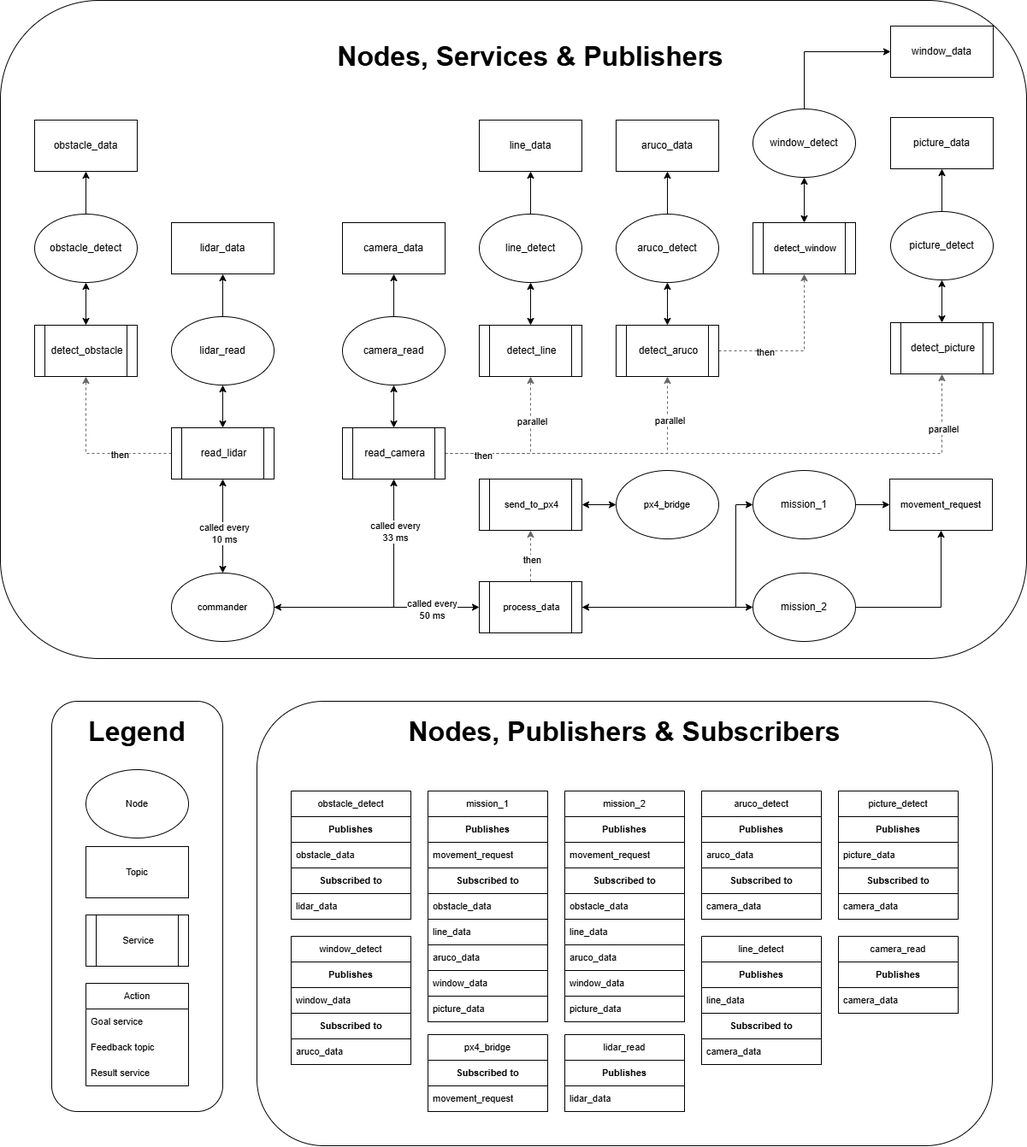
Above: docs/ros_graph.png in ValerianGregoire/droneload_auto (draw.io), before the change. Source tidied: cells renumbered, new cells last; positions are measured from the earlier drawing's top-left corner, leaving out a move shared by most shapes.
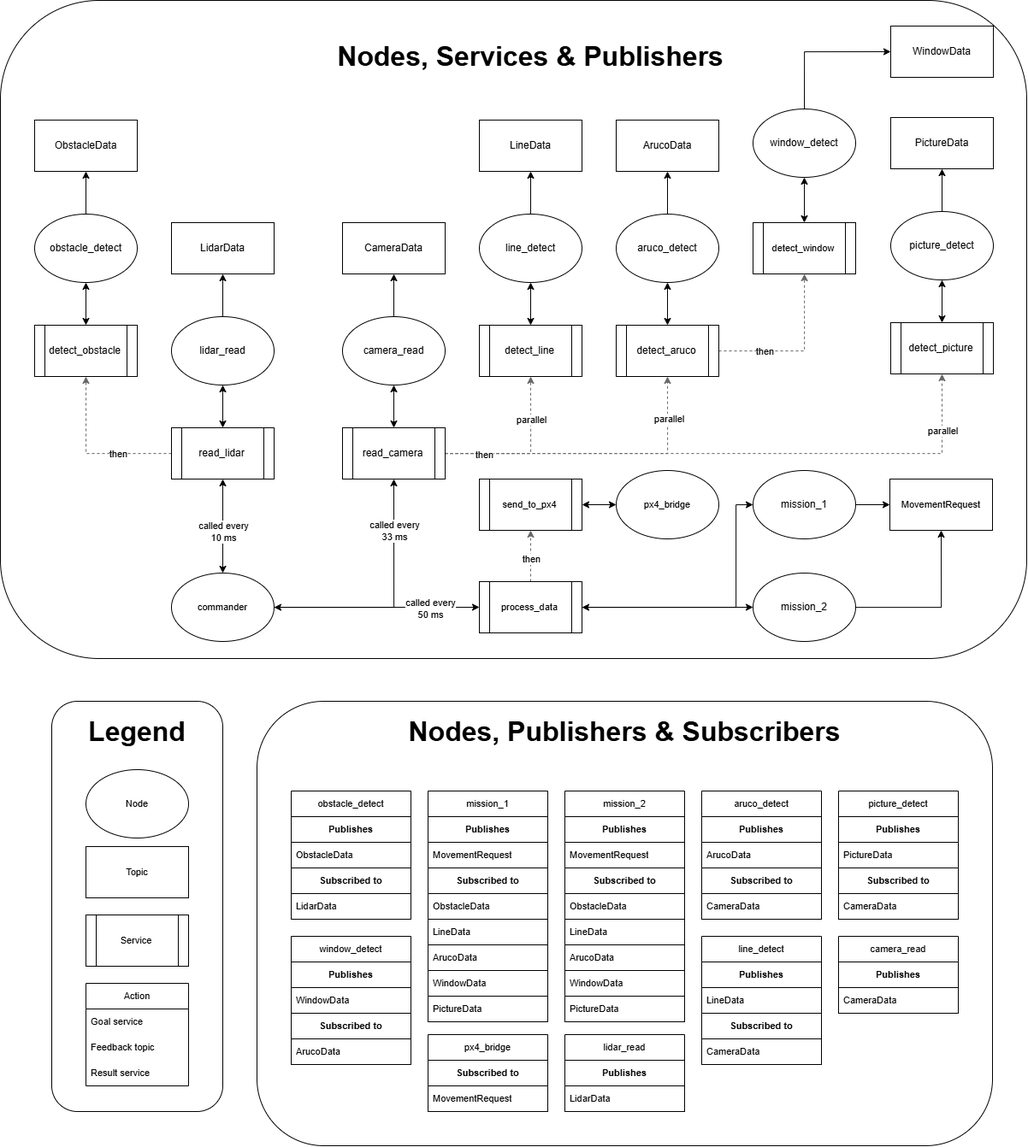
Later version of the same file.

Commit message:
Updated the graph to match with the messages/services naming convention

What changed in the source:
```diff
@@ -19,3 +19,3 @@
     </mxCell>
-    <mxCell id="7" value="lidar_data" style="rounded=0;whiteSpace=wrap;html=1;" parent="1" vertex="1">
+    <mxCell id="7" value="LidarData" style="rounded=0;whiteSpace=wrap;html=1;" parent="1" vertex="1">
       <mxGeometry x="200" y="260" width="120" height="60" as="geometry" />
@@ -28,3 +28,3 @@
     </mxCell>
-    <mxCell id="10" value="camera_data" style="rounded=0;whiteSpace=wrap;html=1;" parent="1" vertex="1">
+    <mxCell id="10" value="CameraData" style="rounded=0;whiteSpace=wrap;html=1;" parent="1" vertex="1">
       <mxGeometry x="400" y="260" width="120" height="60" as="geometry" />
@@ -57,3 +57,3 @@
     </mxCell>
-    <mxCell id="19" value="obstacle_data" style="rounded=0;whiteSpace=wrap;html=1;" parent="1" vertex="1">
+    <mxCell id="19" value="ObstacleData" style="rounded=0;whiteSpace=wrap;html=1;" parent="1" vertex="1">
       <mxGeometry x="40" y="140" width="120" height="60" as="geometry" />
@@ -105,3 +105,3 @@
     </mxCell>
-    <mxCell id="33" value="line_data" style="rounded=0;whiteSpace=wrap;html=1;" parent="1" vertex="1">
+    <mxCell id="33" value="LineData" style="rounded=0;whiteSpace=wrap;html=1;" parent="1" vertex="1">
       <mxGeometry x="560" y="140" width="120" height="60" as="geometry" />
@@ -126,3 +126,3 @@
     </mxCell>
-    <mxCell id="40" value="aruco_data" style="rounded=0;whiteSpace=wrap;html=1;" parent="1" vertex="1">
+    <mxCell id="40" value="ArucoData" style="rounded=0;whiteSpace=wrap;html=1;" parent="1" vertex="1">
       <mxGeometry x="720" y="140" width="120" height="60" as="geometry" />
@@ -141,3 +141,3 @@
     </mxCell>
-    <mxCell id="45" value="picture_data" style="rounded=0;whiteSpace=wrap;html=1;" parent="1" vertex="1">
+    <mxCell id="45" value="PictureData" style="rounded=0;whiteSpace=wrap;html=1;" parent="1" vertex="1">
       <mxGeometry x="1041" y="137" width="120" height="60" as="geometry" />
@@ -205,3 +205,3 @@
     </mxCell>
-    <mxCell id="65" value="obstacle_data" style="text;strokeColor=default;fillColor=default;align=left;verticalAlign=middle;spacingLeft=4;spacingRight=4;overflow=hidden;whiteSpace=wrap;html=1;fontFamily=Helvetica;fontSize=11;fontColor=default;labelBackgroundColor=default;" parent="63" vertex="1">
+    <mxCell id="65" value="ObstacleData" style="text;strokeColor=default;fillColor=default;align=left;verticalAlign=middle;spacingLeft=4;spacingRight=4;overflow=hidden;whiteSpace=wrap;html=1;fontFamily=Helvetica;fontSize=11;fontColor=default;labelBackgroundColor=default;" parent="63" vertex="1">
       <mxGeometry y="60" width="140" height="30" as="geometry" />
@@ -211,3 +211,3 @@
     </mxCell>
-    <mxCell id="67" value="lidar_data" style="text;strokeColor=default;fillColor=default;align=left;verticalAlign=middle;spacingLeft=4;spacingRight=4;overflow=hidden;whiteSpace=wrap;html=1;fontFamily=Helvetica;fontSize=11;fontColor=default;labelBackgroundColor=default;" parent="63" vertex="1">
+    <mxCell id="67" value="LidarData" style="text;strokeColor=default;fillColor=default;align=left;verticalAlign=middle;spacingLeft=4;spacingRight=4;overflow=hidden;whiteSpace=wrap;html=1;fontFamily=Helvetica;fontSize=11;fontColor=default;labelBackgroundColor=default;" parent="63" vertex="1">
       <mxGeometry y="120" width="140" height="30" as="geometry" />
@@ -220,3 +220,3 @@
     </mxCell>
-    <mxCell id="70" value="movement_request" style="text;strokeColor=default;fillColor=default;align=left;verticalAlign=middle;spacingLeft=4;spacingRight=4;overflow=hidden;whiteSpace=wrap;html=1;fontFamily=Helvetica;fontSize=11;fontColor=default;labelBackgroundColor=default;" parent="68" vertex="1">
+    <mxCell id="70" value="MovementRequest" style="text;strokeColor=default;fillColor=default;align=left;verticalAlign=middle;spacingLeft=4;spacingRight=4;overflow=hidden;whiteSpace=wrap;html=1;fontFamily=Helvetica;fontSize=11;fontColor=default;labelBackgroundColor=default;" parent="68" vertex="1">
       <mxGeometry y="60" width="140" height="30" as="geometry" />
@@ -226,18 +226,18 @@
     </mxCell>
-    <mxCell id="72" value="obstacle_data" style="text;strokeColor=default;fillColor=default;align=left;verticalAlign=middle;spacingLeft=4;spacingRight=4;overflow=hidden;whiteSpace=wrap;html=1;fontFamily=Helvetica;fontSize=11;fontColor=default;labelBackgroundColor=default;" parent="68" vertex="1">
+    <mxCell id="72" value="ObstacleData" style="text;strokeColor=default;fillColor=default;align=left;verticalAlign=middle;spacingLeft=4;spacingRight=4;overflow=hidden;whiteSpace=wrap;html=1;fontFamily=Helvetica;fontSize=11;fontColor=default;labelBackgroundColor=default;" parent="68" vertex="1">
       <mxGeometry y="120" width="140" height="30" as="geometry" />
     </mxCell>
-    <mxCell id="73" value="line_data" style="text;strokeColor=default;fillColor=default;align=left;verticalAlign=middle;spacingLeft=4;spacingRight=4;overflow=hidden;whiteSpace=wrap;html=1;fontFamily=Helvetica;fontSize=11;fontColor=default;labelBackgroundColor=default;" parent="68" vertex="1">
+    <mxCell id="73" value="LineData" style="text;strokeColor=default;fillColor=default;align=left;verticalAlign=middle;spacingLeft=4;spacingRight=4;overflow=hidden;whiteSpace=wrap;html=1;fontFamily=Helvetica;fontSize=11;fontColor=default;labelBackgroundColor=default;" parent="68" vertex="1">
       <mxGeometry y="150" width="140" height="30" as="geometry" />
     </mxCell>
-    <mxCell id="74" value="aruco_data" style="text;strokeColor=default;fillColor=default;align=left;verticalAlign=middle;spacingLeft=4;spacingRight=4;overflow=hidden;whiteSpace=wrap;html=1;fontFamily=Helvetica;fontSize=11;fontColor=default;labelBackgroundColor=default;" parent="68" vertex="1">
+    <mxCell id="74" value="ArucoData" style="text;strokeColor=default;fillColor=default;align=left;verticalAlign=middle;spacingLeft=4;spacingRight=4;overflow=hidden;whiteSpace=wrap;html=1;fontFamily=Helvetica;fontSize=11;fontColor=default;labelBackgroundColor=default;" parent="68" vertex="1">
       <mxGeometry y="180" width="140" height="30" as="geometry" />
     </mxCell>
-    <mxCell id="75" value="window_data" style="text;strokeColor=default;fillColor=default;align=left;verticalAlign=middle;spacingLeft=4;spacingRight=4;overflow=hidden;whiteSpace=wrap;html=1;fontFamily=Helvetica;fontSize=11;fontColor=default;labelBackgroundColor=default;" parent="68" vertex="1">
+    <mxCell id="75" value="WindowData" style="text;strokeColor=default;fillColor=default;align=left;verticalAlign=middle;spacingLeft=4;spacingRight=4;overflow=hidden;whiteSpace=wrap;html=1;fontFamily=Helvetica;fontSize=11;fontColor=default;labelBackgroundColor=default;" parent="68" vertex="1">
       <mxGeometry y="210" width="140" height="30" as="geometry" />
     </mxCell>
-    <mxCell id="76" value="picture_data" style="text;strokeColor=default;fillColor=default;align=left;verticalAlign=middle;spacingLeft=4;spacingRight=4;overflow=hidden;whiteSpace=wrap;html=1;fontFamily=Helvetica;fontSize=11;fontColor=default;labelBackgroundColor=default;" parent="68" vertex="1">
+    <mxCell id="76" value="PictureData" style="text;strokeColor=default;fillColor=default;align=left;verticalAlign=middle;spacingLeft=4;spacingRight=4;overflow=hidden;whiteSpace=wrap;html=1;fontFamily=Helvetica;fontSize=11;fontColor=default;labelBackgroundColor=default;" parent="68" vertex="1">
       <mxGeometry y="240" width="140" height="30" as="geometry" />
     </mxCell>
-    <mxCell id="77" value="window_data" style="rounded=0;whiteSpace=wrap;html=1;" parent="1" vertex="1">
+    <mxCell id="77" value="WindowData" style="rounded=0;whiteSpace=wrap;html=1;" parent="1" vertex="1">
       <mxGeometry x="1041" y="30" width="120" height="60" as="geometry" />
@@ -250,3 +250,3 @@
     </mxCell>
-    <mxCell id="80" value="movement_request" style="text;strokeColor=default;fillColor=default;align=left;verticalAlign=middle;spacingLeft=4;spacingRight=4;overflow=hidden;whiteSpace=wrap;html=1;fontFamily=Helvetica;fontSize=11;fontColor=default;labelBackgroundColor=default;" parent="78" vertex="1">
+    <mxCell id="80" value="MovementRequest" style="text;strokeColor=default;fillColor=default;align=left;verticalAlign=middle;spacingLeft=4;spacingRight=4;overflow=hidden;whiteSpace=wrap;html=1;fontFamily=Helvetica;fontSize=11;fontColor=default;labelBackgroundColor=default;" parent="78" vertex="1">
       <mxGeometry y="60" width="140" height="30" as="geometry" />
@@ -256,15 +256,15 @@
     </mxCell>
-    <mxCell id="82" value="obstacle_data" style="text;strokeColor=default;fillColor=default;align=left;verticalAlign=middle;spacingLeft=4;spacingRight=4;overflow=hidden;whiteSpace=wrap;html=1;fontFamily=Helvetica;fontSize=11;fontColor=default;labelBackgroundColor=default;" parent="78" vertex="1">
+    <mxCell id="82" value="ObstacleData" style="text;strokeColor=default;fillColor=default;align=left;verticalAlign=middle;spacingLeft=4;spacingRight=4;overflow=hidden;whiteSpace=wrap;html=1;fontFamily=Helvetica;fontSize=11;fontColor=default;labelBackgroundColor=default;" parent="78" vertex="1">
       <mxGeometry y="120" width="140" height="30" as="geometry" />
     </mxCell>
-    <mxCell id="83" value="line_data" style="text;strokeColor=default;fillColor=default;align=left;verticalAlign=middle;spacingLeft=4;spacingRight=4;overflow=hidden;whiteSpace=wrap;html=1;fontFamily=Helvetica;fontSize=11;fontColor=default;labelBackgroundColor=default;" parent="78" vertex="1">
+    <mxCell id="83" value="LineData" style="text;strokeColor=default;fillColor=default;align=left;verticalAlign=middle;spacingLeft=4;spacingRight=4;overflow=hidden;whiteSpace=wrap;html=1;fontFamily=Helvetica;fontSize=11;fontColor=default;labelBackgroundColor=default;" parent="78" vertex="1">
       <mxGeometry y="150" width="140" height="30" as="geometry" />
     </mxCell>
-    <mxCell id="84" value="aruco_data" style="text;strokeColor=default;fillColor=default;align=left;verticalAlign=middle;spacingLeft=4;spacingRight=4;overflow=hidden;whiteSpace=wrap;html=1;fontFamily=Helvetica;fontSize=11;fontColor=default;labelBackgroundColor=default;" parent="78" vertex="1">
+    <mxCell id="84" value="ArucoData" style="text;strokeColor=default;fillColor=default;align=left;verticalAlign=middle;spacingLeft=4;spacingRight=4;overflow=hidden;whiteSpace=wrap;html=1;fontFamily=Helvetica;fontSize=11;fontColor=default;labelBackgroundColor=default;" parent="78" vertex="1">
       <mxGeometry y="180" width="140" height="30" as="geometry" />
     </mxCell>
-    <mxCell id="85" value="window_data" style="text;strokeColor=default;fillColor=default;align=left;verticalAlign=middle;spacingLeft=4;spacingRight=4;overflow=hidden;whiteSpace=wrap;html=1;fontFamily=Helvetica;fontSize=11;fontColor=default;labelBackgroundColor=default;" parent="78" vertex="1">
+    <mxCell id="85" value="WindowData" style="text;strokeColor=default;fillColor=default;align=left;verticalAlign=middle;spacingLeft=4;spacingRight=4;overflow=hidden;whiteSpace=wrap;html=1;fontFamily=Helvetica;fontSize=11;fontColor=default;labelBackgroundColor=default;" parent="78" vertex="1">
       <mxGeometry y="210" width="140" height="30" as="geometry" />
     </mxCell>
-    <mxCell id="86" value="picture_data" style="text;strokeColor=default;fillColor=default;align=left;verticalAlign=middle;spacingLeft=4;spacingRight=4;overflow=hidden;whiteSpace=wrap;html=1;fontFamily=Helvetica;fontSize=11;fontColor=default;labelBackgroundColor=default;" parent="78" vertex="1">
+    <mxCell id="86" value="PictureData" style="text;strokeColor=default;fillColor=default;align=left;verticalAlign=middle;spacingLeft=4;spacingRight=4;overflow=hidden;whiteSpace=wrap;html=1;fontFamily=Helvetica;fontSize=11;fontColor=default;labelBackgroundColor=default;" parent="78" vertex="1">
       <mxGeometry y="240" width="140" height="30" as="geometry" />
@@ -277,3 +277,3 @@
     </mxCell>
-    <mxCell id="89" value="window_data" style="text;strokeColor=default;fillColor=default;align=left;verticalAlign=middle;spacingLeft=4;spacingRight=4;overflow=hidden;whiteSpace=wrap;html=1;fontFamily=Helvetica;fontSize=11;fontColor=default;labelBackgroundColor=default;" parent="87" vertex="1">
+    <mxCell id="89" value="WindowData" style="text;strokeColor=default;fillColor=default;align=left;verticalAlign=middle;spacingLeft=4;spacingRight=4;overflow=hidden;whiteSpace=wrap;html=1;fontFamily=Helvetica;fontSize=11;fontColor=default;labelBackgroundColor=default;" parent="87" vertex="1">
       <mxGeometry y="60" width="140" height="30" as="geometry" />
@@ -283,6 +283,6 @@
     </mxCell>
-    <mxCell id="91" value="aruco_data" style="text;strokeColor=default;fillColor=default;align=left;verticalAlign=middle;spacingLeft=4;spacingRight=4;overflow=hidden;whiteSpace=wrap;html=1;fontFamily=Helvetica;fontSize=11;fontColor=default;labelBackgroundColor=default;" parent="87" vertex="1">
+    <mxCell id="91" value="ArucoData" style="text;strokeColor=default;fillColor=default;align=left;verticalAlign=middle;spacingLeft=4;spacingRight=4;overflow=hidden;whiteSpace=wrap;html=1;fontFamily=Helvetica;fontSize=11;fontColor=default;labelBackgroundColor=default;" parent="87" vertex="1">
       <mxGeometry y="120" width="140" height="30" as="geometry" />
     </mxCell>
-    <mxCell id="92" value="movement_request" style="rounded=0;whiteSpace=wrap;html=1;fontFamily=Helvetica;fontSize=11;fontColor=default;labelBackgroundColor=default;" parent="1" vertex="1">
+    <mxCell id="92" value="MovementRequest" style="rounded=0;whiteSpace=wrap;html=1;fontFamily=Helvetica;fontSize=11;fontColor=default;labelBackgroundColor=default;" parent="1" vertex="1">
       <mxGeometry x="1040" y="560" width="120" height="60" as="geometry" />
@@ -295,3 +295,3 @@
     </mxCell>
-    <mxCell id="95" value="aruco_data" style="text;strokeColor=default;fillColor=default;align=left;verticalAlign=middle;spacingLeft=4;spacingRight=4;overflow=hidden;whiteSpace=wrap;html=1;fontFamily=Helvetica;fontSize=11;fontColor=default;labelBackgroundColor=default;" parent="93" vertex="1">
+    <mxCell id="95" value="ArucoData" style="text;strokeColor=default;fillColor=default;align=left;verticalAlign=middle;spacingLeft=4;spacingRight=4;overflow=hidden;whiteSpace=wrap;html=1;fontFamily=Helvetica;fontSize=11;fontColor=default;labelBackgroundColor=default;" parent="93" vertex="1">
       <mxGeometry y="60" width="140" height="30" as="geometry" />
@@ -301,3 +301,3 @@
     </mxCell>
-    <mxCell id="97" value="camera_data" style="text;strokeColor=default;fillColor=default;align=left;verticalAlign=middle;spacingLeft=4;spacingRight=4;overflow=hidden;whiteSpace=wrap;html=1;fontFamily=Helvetica;fontSize=11;fontColor=default;labelBackgroundColor=default;" parent="93" vertex="1">
+    <mxCell id="97" value="CameraData" style="text;strokeColor=default;fillColor=default;align=left;verticalAlign=middle;spacingLeft=4;spacingRight=4;overflow=hidden;whiteSpace=wrap;html=1;fontFamily=Helvetica;fontSize=11;fontColor=default;labelBackgroundColor=default;" parent="93" vertex="1">
       <mxGeometry y="120" width="140" height="30" as="geometry" />
@@ -310,3 +310,3 @@
     </mxCell>
-    <mxCell id="100" value="line_data" style="text;strokeColor=default;fillColor=default;align=left;verticalAlign=middle;spacingLeft=4;spacingRight=4;overflow=hidden;whiteSpace=wrap;html=1;fontFamily=Helvetica;fontSize=11;fontColor=default;labelBackgroundColor=default;" parent="98" vertex="1">
+    <mxCell id="100" value="LineData" style="text;strokeColor=default;fillColor=default;align=left;verticalAlign=middle;spacingLeft=4;spacingRight=4;overflow=hidden;whiteSpace=wrap;html=1;fontFamily=Helvetica;fontSize=11;fontColor=default;labelBackgroundColor=default;" parent="98" vertex="1">
       <mxGeometry y="60" width="140" height="30" as="geometry" />
@@ -316,3 +316,3 @@
     </mxCell>
-    <mxCell id="102" value="camera_data" style="text;strokeColor=default;fillColor=default;align=left;verticalAlign=middle;spacingLeft=4;spacingRight=4;overflow=hidden;whiteSpace=wrap;html=1;fontFamily=Helvetica;fontSize=11;fontColor=default;labelBackgroundColor=default;" parent="98" vertex="1">
+    <mxCell id="102" value="CameraData" style="text;strokeColor=default;fillColor=default;align=left;verticalAlign=middle;spacingLeft=4;spacingRight=4;overflow=hidden;whiteSpace=wrap;html=1;fontFamily=Helvetica;fontSize=11;fontColor=default;labelBackgroundColor=default;" parent="98" vertex="1">
       <mxGeometry y="120" width="140" height="30" as="geometry" />
@@ -325,3 +325,3 @@
     </mxCell>
-    <mxCell id="105" value="picture_data" style="text;strokeColor=default;fillColor=default;align=left;verticalAlign=middle;spacingLeft=4;spacingRight=4;overflow=hidden;whiteSpace=wrap;html=1;fontFamily=Helvetica;fontSize=11;fontColor=default;labelBackgroundColor=default;" parent="103" vertex="1">
+    <mxCell id="105" value="PictureData" style="text;strokeColor=default;fillColor=default;align=left;verticalAlign=middle;spacingLeft=4;spacingRight=4;overflow=hidden;whiteSpace=wrap;html=1;fontFamily=Helvetica;fontSize=11;fontColor=default;labelBackgroundColor=default;" parent="103" vertex="1">
       <mxGeometry y="60" width="140" height="30" as="geometry" />
@@ -331,3 +331,3 @@
     </mxCell>
-    <mxCell id="107" value="camera_data" style="text;strokeColor=default;fillColor=default;align=left;verticalAlign=middle;spacingLeft=4;spacingRight=4;overflow=hidden;whiteSpace=wrap;html=1;fontFamily=Helvetica;fontSize=11;fontColor=default;labelBackgroundColor=default;" parent="103" vertex="1">
+    <mxCell id="107" value="CameraData" style="text;strokeColor=default;fillColor=default;align=left;verticalAlign=middle;spacingLeft=4;spacingRight=4;overflow=hidden;whiteSpace=wrap;html=1;fontFamily=Helvetica;fontSize=11;fontColor=default;labelBackgroundColor=default;" parent="103" vertex="1">
       <mxGeometry y="120" width="140" height="30" as="geometry" />
@@ -340,3 +340,3 @@
     </mxCell>
-    <mxCell id="110" value="lidar_data" style="text;strokeColor=default;fillColor=default;align=left;verticalAlign=middle;spacingLeft=4;spacingRight=4;overflow=hidden;whiteSpace=wrap;html=1;fontFamily=Helvetica;fontSize=11;fontColor=default;labelBackgroundColor=default;" parent="108" vertex="1">
+    <mxCell id="110" value="LidarData" style="text;strokeColor=default;fillColor=default;align=left;verticalAlign=middle;spacingLeft=4;spacingRight=4;overflow=hidden;whiteSpace=wrap;html=1;fontFamily=Helvetica;fontSize=11;fontColor=default;labelBackgroundColor=default;" parent="108" vertex="1">
       <mxGeometry y="60" width="140" height="30" as="geometry" />
@@ -349,3 +349,3 @@
     </mxCell>
-    <mxCell id="113" value="camera_data" style="text;strokeColor=default;fillColor=default;align=left;verticalAlign=middle;spacingLeft=4;spacingRight=4;overflow=hidden;whiteSpace=wrap;html=1;fontFamily=Helvetica;fontSize=11;fontColor=default;labelBackgroundColor=default;" parent="111" vertex="1">
+    <mxCell id="113" value="CameraData" style="text;strokeColor=default;fillColor=default;align=left;verticalAlign=middle;spacingLeft=4;spacingRight=4;overflow=hidden;whiteSpace=wrap;html=1;fontFamily=Helvetica;fontSize=11;fontColor=default;labelBackgroundColor=default;" parent="111" vertex="1">
       <mxGeometry y="60" width="140" height="30" as="geometry" />
@@ -364,3 +364,3 @@
     </mxCell>
-    <mxCell id="118" value="movement_request" style="text;strokeColor=default;fillColor=default;align=left;verticalAlign=middle;spacingLeft=4;spacingRight=4;overflow=hidden;whiteSpace=wrap;html=1;fontFamily=Helvetica;fontSize=11;fontColor=default;labelBackgroundColor=default;" parent="116" vertex="1">
+    <mxCell id="118" value="MovementRequest" style="text;strokeColor=default;fillColor=default;align=left;verticalAlign=middle;spacingLeft=4;spacingRight=4;overflow=hidden;whiteSpace=wrap;html=1;fontFamily=Helvetica;fontSize=11;fontColor=default;labelBackgroundColor=default;" parent="116" vertex="1">
       <mxGeometry y="60" width="140" height="30" as="geometry" />
```
